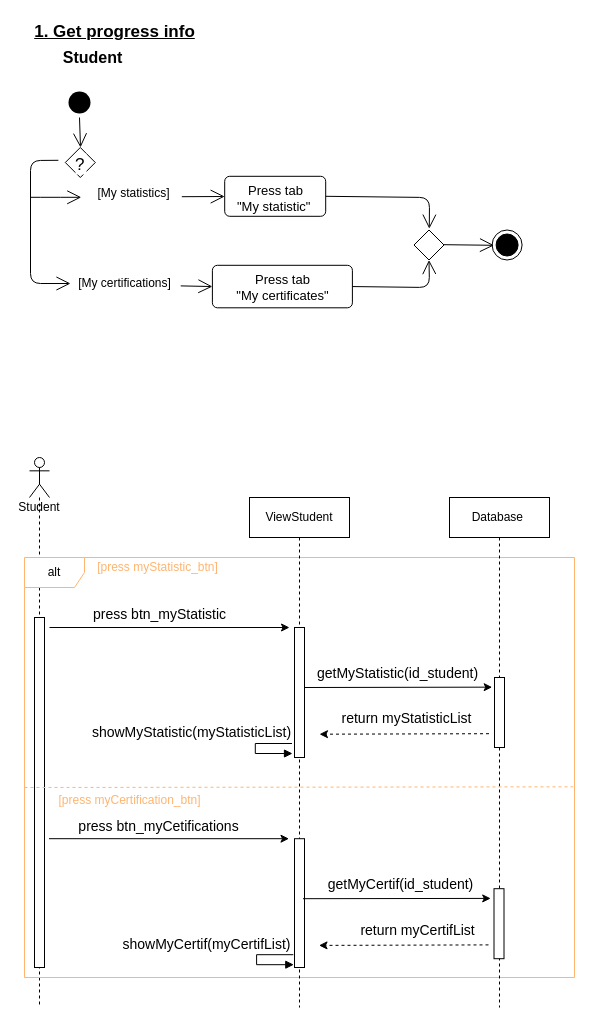
This is page "getProgressInfoStudent" (1 of 8) of activity_diagram.drawio from alsousha/projectFinish, a draw.io file, before an edit. Source tidied: cells renumbered, new cells numbered last; positions are measured from the earlier drawing's top-left corner, leaving out a move shared by most shapes. Both pictures are drawn from the tidied source at 100%, with x=0, y=0 at pixel (24, 17).
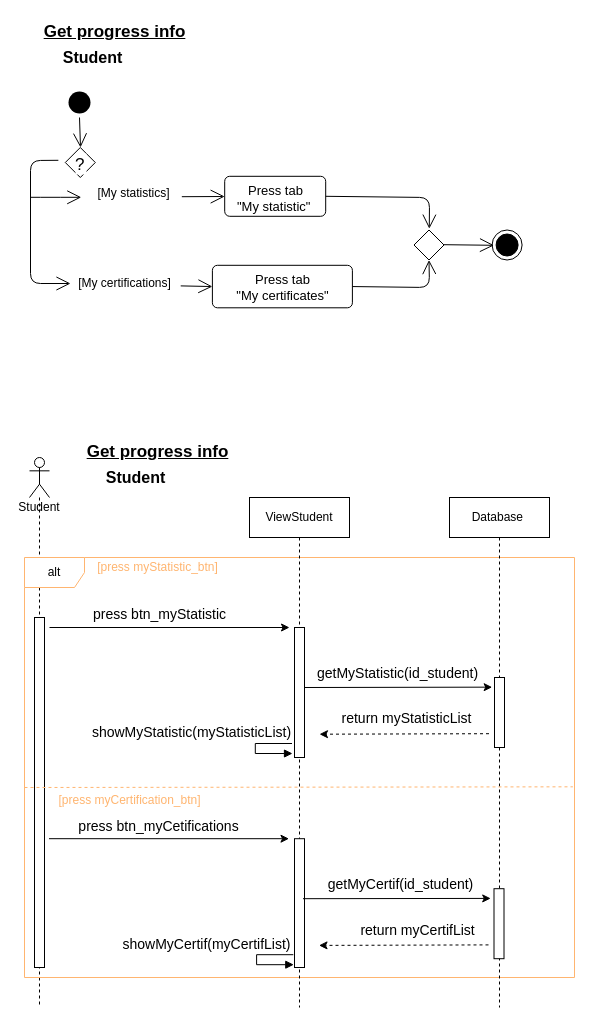
The same diagram, later.

The edit, as a diff of the source:
```diff
@@
-    <mxCell id="2" value="1. Get progress info" style="text;html=1;align=center;verticalAlign=middle;fontSize=17;fontStyle=5;" parent="1" vertex="1">
-      <mxGeometry width="180" height="30" as="geometry" />
+    <mxCell id="2" value="Get progress info" style="text;html=1;align=center;verticalAlign=middle;fontSize=17;fontStyle=5;" parent="1" vertex="1">
+      <mxGeometry x="10" width="160" height="30" as="geometry" />
     </mxCell>
@@
+    <mxCell id="48" value="Get progress info" style="text;html=1;align=center;verticalAlign=middle;fontSize=17;fontStyle=5;" parent="1" vertex="1">
+      <mxGeometry x="53" y="420" width="160" height="30" as="geometry" />
+    </mxCell>
+    <mxCell id="49" value="Student" style="text;html=1;align=center;verticalAlign=middle;fontSize=16;fontStyle=1;" parent="1" vertex="1">
+      <mxGeometry x="76" y="450" width="70" height="20" as="geometry" />
+    </mxCell>
```
